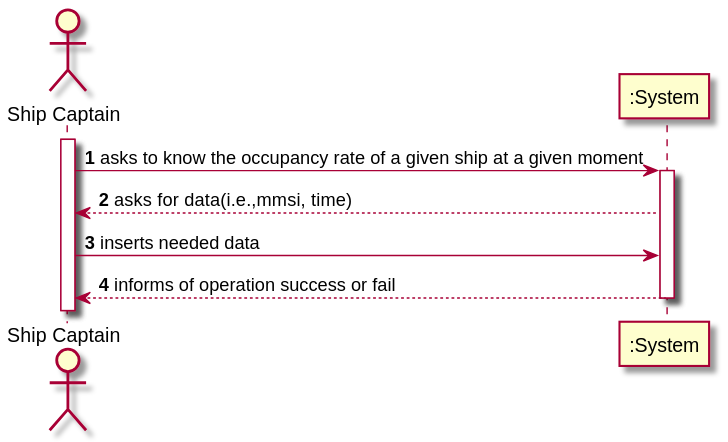
Earlier version of the PlantUML export docs/US209/US_209_SSD.svg (ana-albergaria/LAPR3-ISEP).
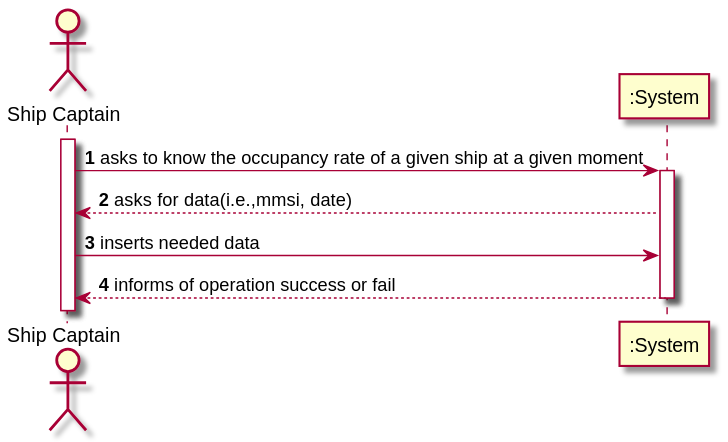
Above is the later version.

Commit message:
G54-96 G54-98 #time 20m #comment Started US208 and US209 CD.

The edit, as a diff of the source:
```diff
@@ -6,7 +6,7 @@
 activate SC
 SC-> ":System" : asks to know the occupancy rate of a given ship at a given moment
 activate ":System"
-":System" --> SC : asks for data(i.e.,mmsi, time)
+":System" --> SC : asks for data(i.e.,mmsi, date)
 SC-> ":System" : inserts needed data
 ":System" --> SC : informs of operation success or fail
 
```
